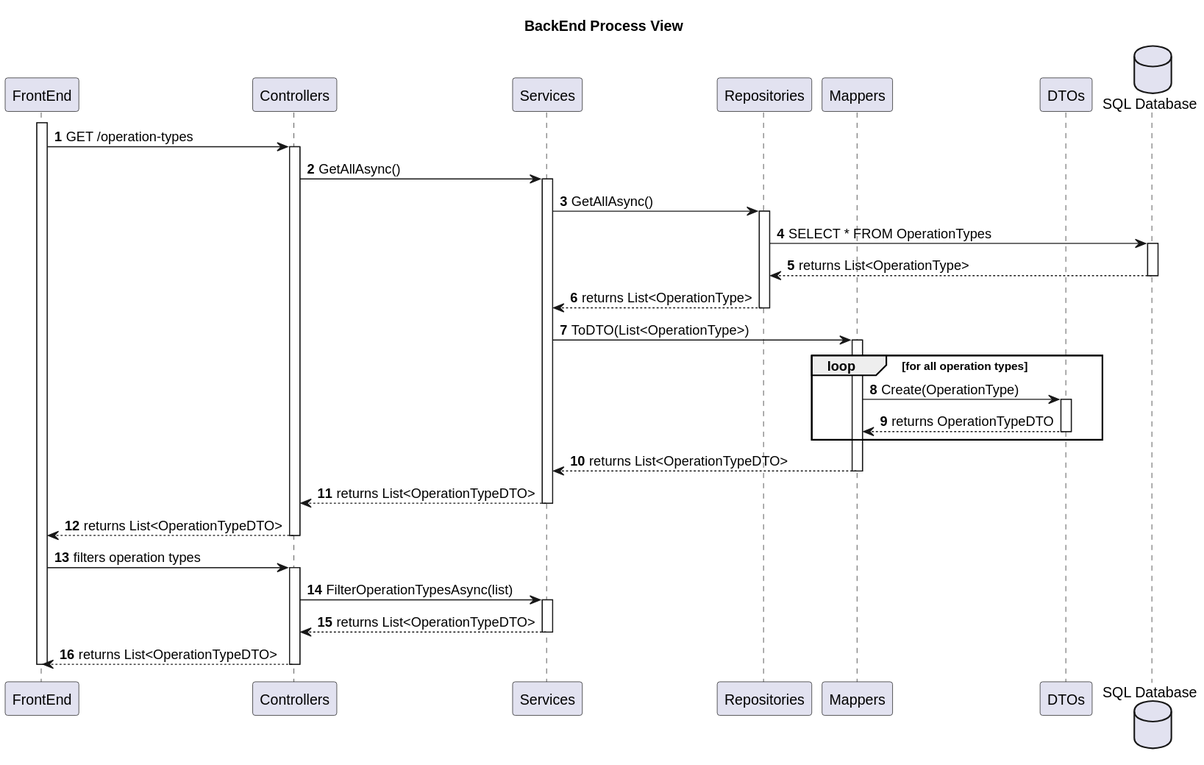
This is docs/SprintA/38-list-operation-types/level3/backend-process-view.svg from MiguelCardoso77/SurgicalSync-BackEnd, a PlantUML export, as it was before one commit.
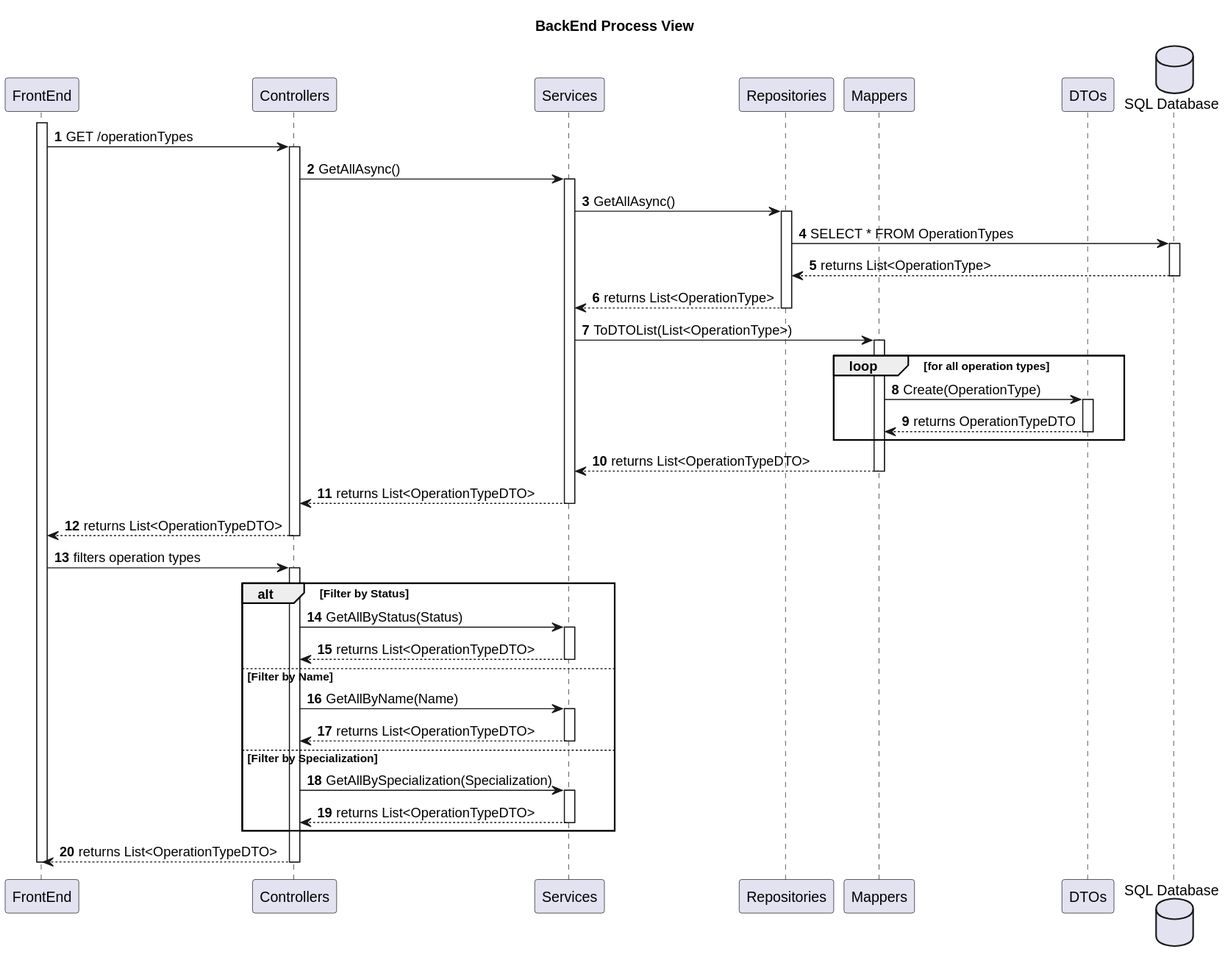
After the commit.

The edit, as a diff of the source:
```diff
@@ -12,7 +12,7 @@
 database "SQL Database" as SQL
 
 activate FE
-    FE -> CN : GET /operation-types
+    FE -> CN : GET /operationTypes
     activate CN
 
         CN -> SV : GetAllAsync()
@@ -30,7 +30,7 @@
                 REPO --> SV : returns List<OperationType>
             deactivate REPO
 
-            SV -> MP : ToDTO(List<OperationType>)
+            SV -> MP : ToDTOList(List<OperationType>)
             activate MP
 
 loop for all operation types
@@ -53,11 +53,31 @@
     FE -> CN : filters operation types
     activate CN
 
-        CN -> SV : FilterOperationTypesAsync(list)
+alt Filter by Status
+
+        CN -> SV : GetAllByStatus(Status)
         activate SV
 
             SV --> CN : returns List<OperationTypeDTO>
         deactivate SV
+
+else Filter by Name
+
+        CN -> SV : GetAllByName(Name)
+        activate SV
+
+            SV --> CN : returns List<OperationTypeDTO>
+        deactivate SV
+
+else Filter by Specialization
+
+        CN -> SV : GetAllBySpecialization(Specialization)
+        activate SV
+
+            SV --> CN : returns List<OperationTypeDTO>
+        deactivate SV
+
+end alt
 
         CN --> FE : returns List<OperationTypeDTO>
     deactivate CN
```
